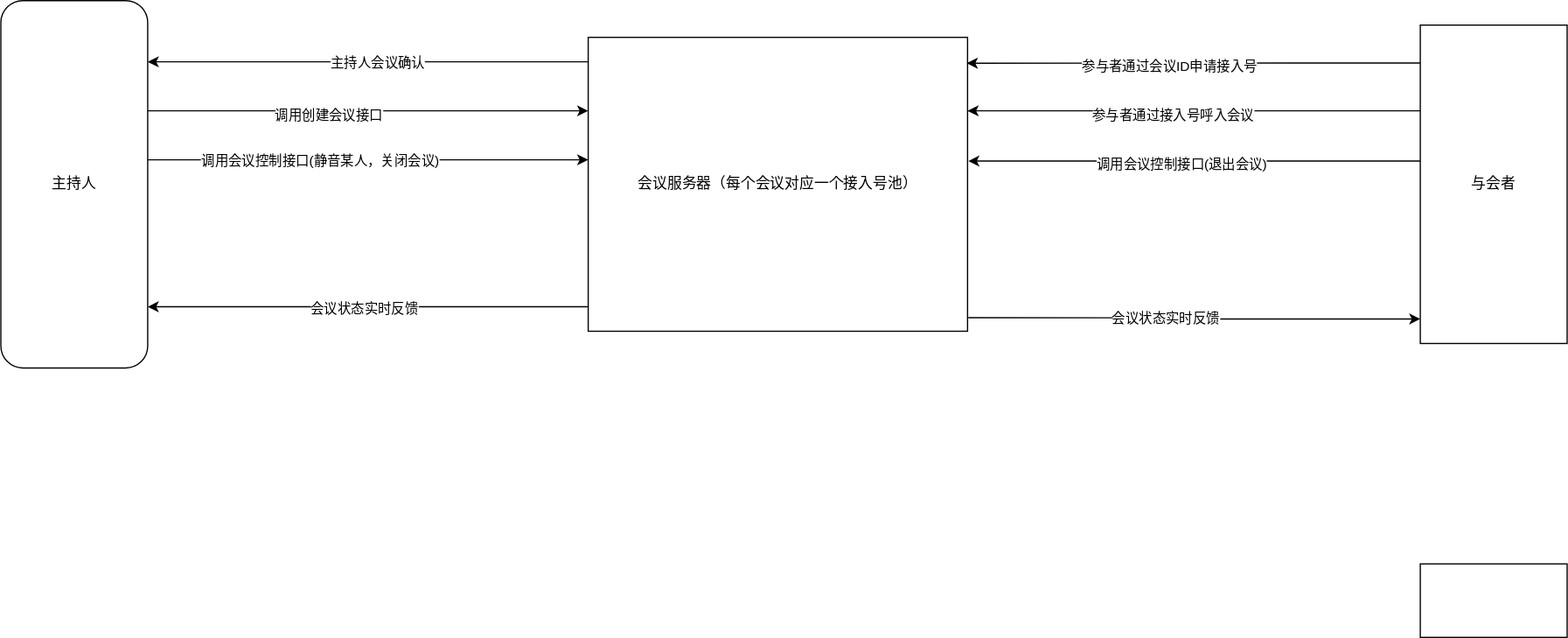
Earlier version of the draw.io export Untitled Diagram.drawio.svg (westice007/test0). Source tidied: cells renumbered, new cells last; positions are measured from the earlier drawing's top-left corner, leaving out a move shared by most shapes. The source it was exported from:
```xml
<mxGraphModel>
  <root>
    <mxCell id="0" />
    <mxCell id="1" parent="0" />
    <mxCell id="2" style="edgeStyle=orthogonalEdgeStyle;rounded=0;jettySize=auto;html=1;" parent="1" edge="1" source="6" target="13">
      <mxGeometry relative="1" as="geometry">
        <Array as="points">
          <mxPoint x="370" y="90" />
          <mxPoint x="370" y="90" />
        </Array>
      </mxGeometry>
    </mxCell>
    <mxCell id="3" value="调用创建会议接口" style="edgeLabel;html=1;align=center;verticalAlign=middle;" parent="2" vertex="1">
      <mxGeometry x="-0.19" y="-3" relative="1" as="geometry" />
    </mxCell>
    <mxCell id="4" style="edgeStyle=orthogonalEdgeStyle;rounded=0;jettySize=auto;html=1;" parent="1" edge="1" source="6" target="13">
      <mxGeometry relative="1" as="geometry">
        <Array as="points">
          <mxPoint x="310" y="130" />
          <mxPoint x="310" y="130" />
        </Array>
      </mxGeometry>
    </mxCell>
    <mxCell id="5" value="调用会议控制接口(静音某人，关闭会议)" style="edgeLabel;html=1;align=center;verticalAlign=middle;" parent="4" vertex="1">
      <mxGeometry x="-0.22" y="1" relative="1" as="geometry">
        <mxPoint y="1" as="offset" />
      </mxGeometry>
    </mxCell>
    <mxCell id="6" value="主持人" style="rounded=1;whiteSpace=wrap;html=1;" parent="1" vertex="1">
      <mxGeometry width="120" height="300" as="geometry" />
    </mxCell>
    <mxCell id="7" style="edgeStyle=orthogonalEdgeStyle;rounded=0;jettySize=auto;html=1;" parent="1" edge="1" source="13" target="6">
      <mxGeometry relative="1" as="geometry">
        <Array as="points">
          <mxPoint x="310" y="50" />
          <mxPoint x="310" y="50" />
        </Array>
      </mxGeometry>
    </mxCell>
    <mxCell id="8" value="主持人会议确认" style="edgeLabel;html=1;align=center;verticalAlign=middle;" parent="7" vertex="1">
      <mxGeometry x="-0.06" y="-2" relative="1" as="geometry">
        <mxPoint x="-3" y="2" as="offset" />
      </mxGeometry>
    </mxCell>
    <mxCell id="9" style="edgeStyle=orthogonalEdgeStyle;rounded=0;jettySize=auto;html=1;entryX=0;entryY=0.923;entryDx=0;entryDy=0;entryPerimeter=0;exitX=1.002;exitY=0.954;exitDx=0;exitDy=0;exitPerimeter=0;" parent="1" edge="1" source="13" target="21">
      <mxGeometry relative="1" as="geometry" />
    </mxCell>
    <mxCell id="10" value="会议状态实时反馈" style="edgeLabel;html=1;align=center;verticalAlign=middle;" parent="9" vertex="1">
      <mxGeometry x="-0.13" y="-1" relative="1" as="geometry" />
    </mxCell>
    <mxCell id="11" style="edgeStyle=orthogonalEdgeStyle;rounded=0;jettySize=auto;html=1;" parent="1" edge="1" source="13">
      <mxGeometry relative="1" as="geometry">
        <mxPoint x="120" y="250" as="targetPoint" />
        <Array as="points">
          <mxPoint x="120" y="250" />
        </Array>
      </mxGeometry>
    </mxCell>
    <mxCell id="12" value="会议状态实时反馈" style="edgeLabel;html=1;align=center;verticalAlign=middle;" parent="11" vertex="1">
      <mxGeometry x="0.03" y="1" relative="1" as="geometry" />
    </mxCell>
    <mxCell id="13" value="会议服务器（每个会议对应一个接入号池）" style="rounded=0;whiteSpace=wrap;html=1;" parent="1" vertex="1">
      <mxGeometry x="480" y="30" width="310" height="240" as="geometry" />
    </mxCell>
    <mxCell id="14" style="edgeStyle=orthogonalEdgeStyle;rounded=0;jettySize=auto;html=1;entryX=0.998;entryY=0.088;entryDx=0;entryDy=0;entryPerimeter=0;" parent="1" edge="1" source="21" target="13">
      <mxGeometry relative="1" as="geometry">
        <Array as="points">
          <mxPoint x="1060" y="51" />
          <mxPoint x="1060" y="51" />
        </Array>
      </mxGeometry>
    </mxCell>
    <mxCell id="15" value="&lt;span style=&quot;color: rgba(0, 0, 0, 0); font-family: monospace; font-size: 0px; text-align: start; background-color: rgb(248, 249, 250);&quot;&gt;%3CmxGraphModel%3E%3Croot%3E%3CmxCell%20id%3D%220%22%2F%3E%3CmxCell%20id%3D%221%22%20parent%3D%220%22%2F%3E%3CmxCell%20id%3D%222%22%20value%3D%22%E5%8F%82%E4%B8%8E%E8%80%85%E9%80%9A%E8%BF%87%E4%BC%9A%E8%AE%AEID%E7%94%B3%E8%AF%B7%E6%8E%A5%E5%85%A5%E5%8F%B7%22%20style%3D%22edgeLabel%3Bhtml%3D1%3Balign%3Dcenter%3BverticalAlign%3Dmiddle%3Bresizable%3D0%3Bpoints%3D%5B%5D%3B%22%20vertex%3D%221%22%20connectable%3D%220%22%20parent%3D%221%22%3E%3CmxGeometry%20x%3D%22837%22%20y%3D%22408%22%20as%3D%22geometry%22%2F%3E%3C%2FmxCell%3E%3C%2Froot%3E%3C%2FmxGraphModel%3E&lt;/span&gt;" style="edgeLabel;html=1;align=center;verticalAlign=middle;" parent="14" vertex="1">
      <mxGeometry x="0.1" y="4" relative="1" as="geometry">
        <mxPoint x="-1" as="offset" />
      </mxGeometry>
    </mxCell>
    <mxCell id="16" value="参与者通过会议ID申请接入号" style="edgeLabel;html=1;align=center;verticalAlign=middle;" parent="14" vertex="1">
      <mxGeometry x="0.11" y="2" relative="1" as="geometry" />
    </mxCell>
    <mxCell id="17" style="edgeStyle=orthogonalEdgeStyle;rounded=0;jettySize=auto;html=1;entryX=1;entryY=0.25;entryDx=0;entryDy=0;" parent="1" edge="1" source="21" target="13">
      <mxGeometry relative="1" as="geometry">
        <Array as="points">
          <mxPoint x="1060" y="90" />
          <mxPoint x="1060" y="90" />
        </Array>
      </mxGeometry>
    </mxCell>
    <mxCell id="18" value="参与者通过接入号呼入会议" style="edgeLabel;html=1;align=center;verticalAlign=middle;" parent="17" vertex="1">
      <mxGeometry x="0.1" y="3" relative="1" as="geometry" />
    </mxCell>
    <mxCell id="19" style="edgeStyle=orthogonalEdgeStyle;rounded=0;jettySize=auto;html=1;entryX=1.002;entryY=0.421;entryDx=0;entryDy=0;entryPerimeter=0;" parent="1" edge="1" source="21" target="13">
      <mxGeometry relative="1" as="geometry">
        <Array as="points">
          <mxPoint x="1060" y="131" />
          <mxPoint x="1060" y="131" />
        </Array>
      </mxGeometry>
    </mxCell>
    <mxCell id="20" value="调用会议控制接口(退出会议)" style="edgeLabel;html=1;align=center;verticalAlign=middle;" parent="19" vertex="1">
      <mxGeometry x="0.06" y="2" relative="1" as="geometry" />
    </mxCell>
    <mxCell id="21" value="与会者" style="rounded=0;whiteSpace=wrap;html=1;" parent="1" vertex="1">
      <mxGeometry x="1160" y="20" width="120" height="260" as="geometry" />
    </mxCell>
    <mxCell id="22" style="rounded=0;whiteSpace=wrap;html=1;" parent="1" vertex="1">
      <mxGeometry x="1160" y="460" width="120" height="60" as="geometry" />
    </mxCell>
  </root>
</mxGraphModel>
```
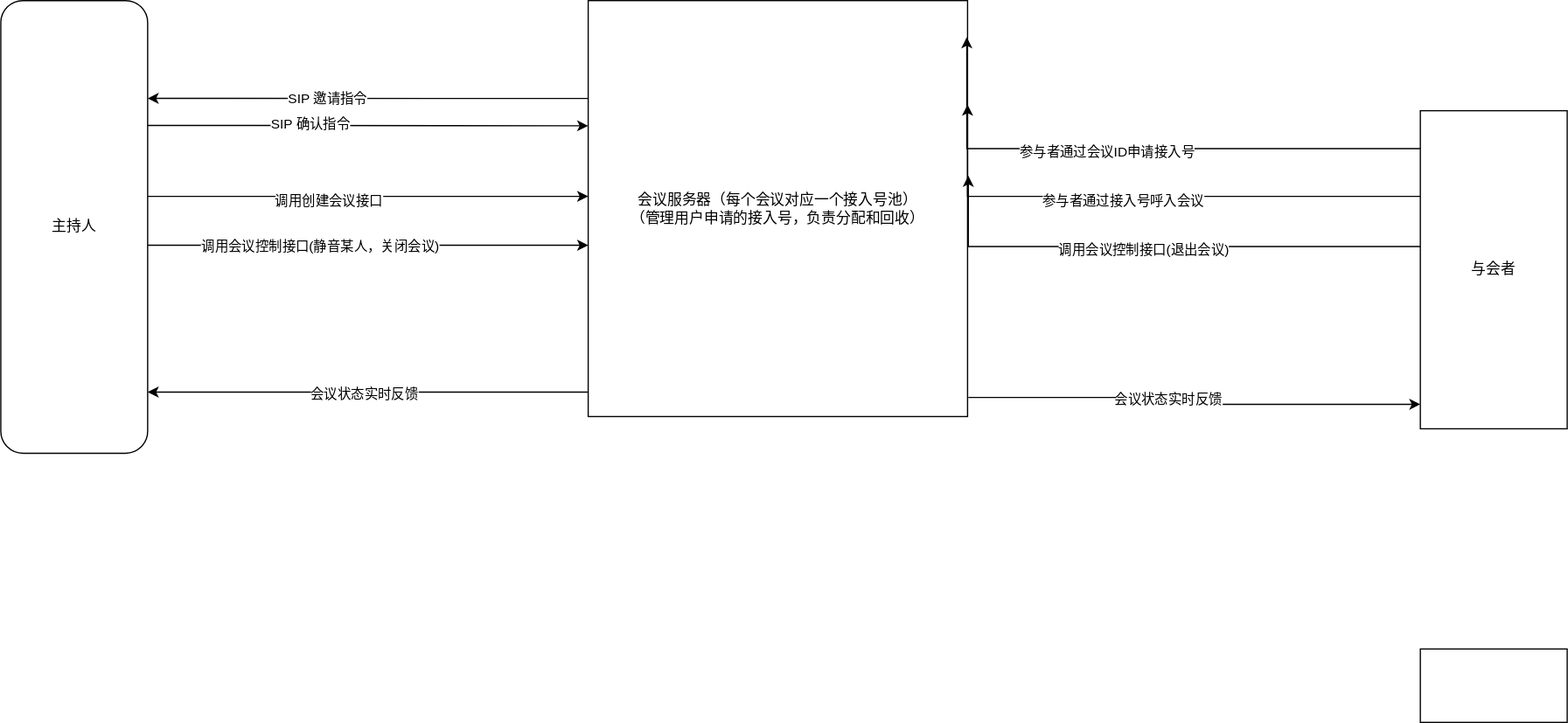
Later version of the same file.

Diff of the diagram source:
```diff
@@ -26,22 +26,20 @@
         <mxPoint y="1" as="offset" />
       </mxGeometry>
     </mxCell>
+    <mxCell id="23" style="edgeStyle=orthogonalEdgeStyle;rounded=0;jettySize=auto;html=1;entryX=0;entryY=0.301;entryDx=0;entryDy=0;entryPerimeter=0;" parent="1" edge="1" source="6" target="13">
+      <mxGeometry relative="1" as="geometry">
+        <Array as="points">
+          <mxPoint x="210" y="32" />
+          <mxPoint x="210" y="32" />
+        </Array>
+      </mxGeometry>
+    </mxCell>
+    <mxCell id="24" value="SIP 确认指令" style="edgeLabel;html=1;align=center;verticalAlign=middle;" parent="23" vertex="1">
+      <mxGeometry x="-0.27" y="2" relative="1" as="geometry" />
+    </mxCell>
     <mxCell id="6" value="主持人" style="rounded=1;whiteSpace=wrap;html=1;" parent="1" vertex="1">
-      <mxGeometry width="120" height="300" as="geometry" />
+      <mxGeometry y="-70" width="120" height="370" as="geometry" />
     </mxCell>
-    <mxCell id="7" style="edgeStyle=orthogonalEdgeStyle;rounded=0;jettySize=auto;html=1;" parent="1" edge="1" source="13" target="6">
-      <mxGeometry relative="1" as="geometry">
-        <Array as="points">
-          <mxPoint x="310" y="50" />
-          <mxPoint x="310" y="50" />
-        </Array>
-      </mxGeometry>
-    </mxCell>
-    <mxCell id="8" value="主持人会议确认" style="edgeLabel;html=1;align=center;verticalAlign=middle;" parent="7" vertex="1">
-      <mxGeometry x="-0.06" y="-2" relative="1" as="geometry">
-        <mxPoint x="-3" y="2" as="offset" />
-      </mxGeometry>
-    </mxCell>
     <mxCell id="9" style="edgeStyle=orthogonalEdgeStyle;rounded=0;jettySize=auto;html=1;entryX=0;entryY=0.923;entryDx=0;entryDy=0;entryPerimeter=0;exitX=1.002;exitY=0.954;exitDx=0;exitDy=0;exitPerimeter=0;" parent="1" edge="1" source="13" target="21">
       <mxGeometry relative="1" as="geometry" />
     </mxCell>
@@ -59,8 +57,19 @@
     <mxCell id="12" value="会议状态实时反馈" style="edgeLabel;html=1;align=center;verticalAlign=middle;" parent="11" vertex="1">
       <mxGeometry x="0.03" y="1" relative="1" as="geometry" />
     </mxCell>
+    <mxCell id="7" style="edgeStyle=orthogonalEdgeStyle;rounded=0;jettySize=auto;html=1;entryX=1;entryY=0.216;entryDx=0;entryDy=0;entryPerimeter=0;" parent="1" edge="1" source="13" target="6">
+      <mxGeometry relative="1" as="geometry">
+        <Array as="points">
+          <mxPoint x="390" y="10" />
+          <mxPoint x="390" y="10" />
+        </Array>
+      </mxGeometry>
+    </mxCell>
+    <mxCell id="25" value="SIP 邀请指令" style="edgeLabel;html=1;align=center;verticalAlign=middle;" parent="7" vertex="1">
+      <mxGeometry x="0.19" relative="1" as="geometry" />
+    </mxCell>
-    <mxCell id="13" value="会议服务器（每个会议对应一个接入号池）" style="rounded=0;whiteSpace=wrap;html=1;" parent="1" vertex="1">
-      <mxGeometry x="480" y="30" width="310" height="240" as="geometry" />
+    <mxCell id="13" value="会议服务器（每个会议对应一个接入号池）&lt;br&gt;（管理用户申请的接入号，负责分配和回收）" style="rounded=0;whiteSpace=wrap;html=1;" parent="1" vertex="1">
+      <mxGeometry x="480" y="-70" width="310" height="340" as="geometry" />
     </mxCell>
     <mxCell id="14" style="edgeStyle=orthogonalEdgeStyle;rounded=0;jettySize=auto;html=1;entryX=0.998;entryY=0.088;entryDx=0;entryDy=0;entryPerimeter=0;" parent="1" edge="1" source="21" target="13">
       <mxGeometry relative="1" as="geometry">
```
